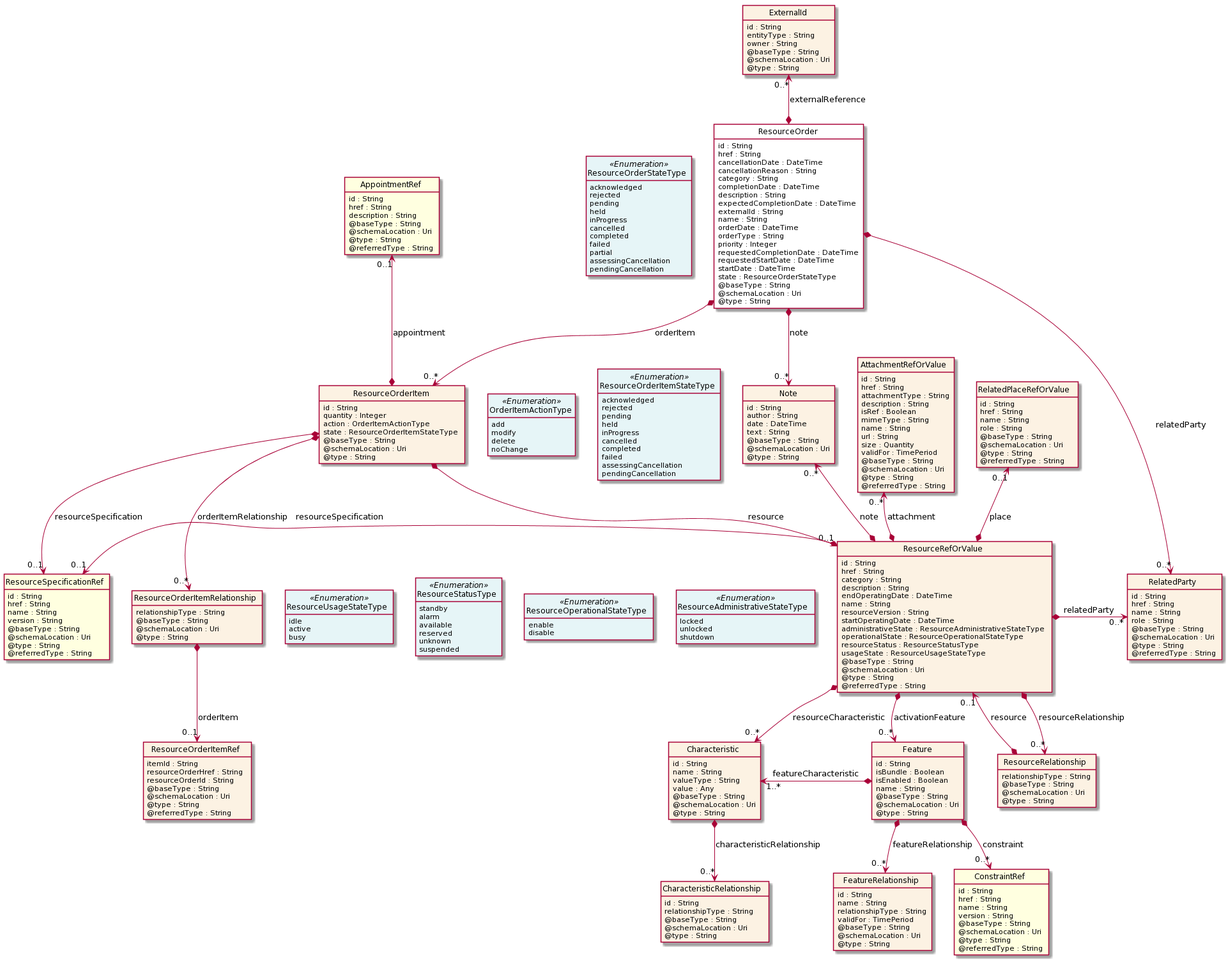
Above: apis/TMF652_Resource_Order/documentation/diagrams/Resource_ResourceOrder.png in tmforum-apis/Open_Api_And_Data_Model (PlantUML), before the change. Its diagram source:
```plantuml
@startuml
hide circle
hide methods
hide stereotype
show <<Enumeration>> stereotype
skinparam class {
   BackgroundColor<<Enumeration>> #E6F5F7
   BackgroundColor<<Ref>> #FFFFE0
   BackgroundColor<<Pivot>> #FFFFFFF
   BackgroundColor #FCF2E3
}

class ResourceOrder <<Pivot>> {
    id : String
    href : String
    cancellationDate : DateTime
    cancellationReason : String
    category : String
    completionDate : DateTime
    description : String
    expectedCompletionDate : DateTime
    externalId : String
    name : String
    orderDate : DateTime
    orderType : String
    priority : Integer
    requestedCompletionDate : DateTime
    requestedStartDate : DateTime
    startDate : DateTime
    state : ResourceOrderStateType
    @baseType : String
    @schemaLocation : Uri
    @type : String
}

class ResourceOrderStateType <<Enumeration>> {
    acknowledged
    rejected
    pending
    held
    inProgress
    cancelled
    completed
    failed
    partial
    assessingCancellation
    pendingCancellation
}


class ExternalId {
    id : String
    entityType : String
    owner : String
    @baseType : String
    @schemaLocation : Uri
    @type : String
}

class Note {
    id : String
    author : String
    date : DateTime
    text : String
    @baseType : String
    @schemaLocation : Uri
    @type : String
}

class ResourceOrderItem {
    id : String
    quantity : Integer
    action : OrderItemActionType
    state : ResourceOrderItemStateType
    @baseType : String
    @schemaLocation : Uri
    @type : String
}

class OrderItemActionType <<Enumeration>> {
    add
    modify
    delete
    noChange
}

class ResourceOrderItemStateType <<Enumeration>> {
    acknowledged
    rejected
    pending
    held
    inProgress
    cancelled
    completed
    failed
    assessingCancellation
    pendingCancellation
}


class AppointmentRef <<Ref>> {
    id : String
    href : String
    description : String
    @baseType : String
    @schemaLocation : Uri
    @type : String
    @referredType : String
}

class ResourceOrderItemRelationship {
    relationshipType : String
    @baseType : String
    @schemaLocation : Uri
    @type : String
}

class ResourceOrderItemRef {
    itemId : String
    resourceOrderHref : String
    resourceOrderId : String
    @baseType : String
    @schemaLocation : Uri
    @type : String
    @referredType : String
}

class ResourceRefOrValue {
    id : String
    href : String
    category : String
    description : String
    endOperatingDate : DateTime
    name : String
    resourceVersion : String
    startOperatingDate : DateTime
    administrativeState : ResourceAdministrativeStateType
    operationalState : ResourceOperationalStateType
    resourceStatus : ResourceStatusType
    usageState : ResourceUsageStateType
    @baseType : String
    @schemaLocation : Uri
    @type : String
    @referredType : String
}

class ResourceAdministrativeStateType <<Enumeration>> {
    locked
    unlocked
    shutdown
}

class ResourceOperationalStateType <<Enumeration>> {
    enable
    disable
}

class ResourceStatusType <<Enumeration>> {
    standby
    alarm
    available
    reserved
    unknown
    suspended
}

class ResourceUsageStateType <<Enumeration>> {
    idle
    active
    busy
}


class Feature {
    id : String
    isBundle : Boolean
    isEnabled : Boolean
    name : String
    @baseType : String
    @schemaLocation : Uri
    @type : String
}

class ConstraintRef <<Ref>> {
    id : String
    href : String
    name : String
    version : String
    @baseType : String
    @schemaLocation : Uri
    @type : String
    @referredType : String
}

class Characteristic {
    id : String
    name : String
    valueType : String
    value : Any
    @baseType : String
    @schemaLocation : Uri
    @type : String
}

class CharacteristicRelationship {
    id : String
    relationshipType : String
    @baseType : String
    @schemaLocation : Uri
    @type : String
}

class FeatureRelationship {
    id : String
    name : String
    relationshipType : String
    validFor : TimePeriod
    @baseType : String
    @schemaLocation : Uri
    @type : String
}

class AttachmentRefOrValue {
    id : String
    href : String
    attachmentType : String
    description : String
    isRef : Boolean
    mimeType : String
    name : String
    url : String
    size : Quantity
    validFor : TimePeriod
    @baseType : String
    @schemaLocation : Uri
    @type : String
    @referredType : String
}

class RelatedPlaceRefOrValue {
    id : String
    href : String
    name : String
    role : String
    @baseType : String
    @schemaLocation : Uri
    @type : String
    @referredType : String
}

class RelatedParty {
    id : String
    href : String
    name : String
    role : String
    @baseType : String
    @schemaLocation : Uri
    @type : String
    @referredType : String
}

class ResourceRelationship {
    relationshipType : String
    @baseType : String
    @schemaLocation : Uri
    @type : String
}

class ResourceSpecificationRef <<Ref>> {
    id : String
    href : String
    name : String
    version : String
    @baseType : String
    @schemaLocation : Uri
    @type : String
    @referredType : String
}


ResourceOrder *-right-> "0..*" ResourceOrderItem : orderItem
ResourceOrder -left[hidden]-> ResourceOrderStateType
ResourceOrder *-->  "0..*" Note : note
ResourceOrder *-->  "0..*" RelatedParty : relatedParty


ResourceOrderItem -right[hidden]-> OrderItemActionType
OrderItemActionType -right[hidden]-> ResourceOrderItemStateType
Note "0..*" <--* ResourceRefOrValue : note
ResourceOrderItem *-->  "0..1" ResourceRefOrValue : resource
ResourceRefOrValue *-right-> "0..*" RelatedParty : relatedParty
ResourceOrderItem *-->  "0..1" ResourceSpecificationRef : resourceSpecification
ResourceOrderItem -[hidden]-> ResourceSpecificationRef
ResourceSpecificationRef -right[hidden]- ResourceRefOrValue

ResourceRefOrValue -left[hidden]-> ResourceAdministrativeStateType
ResourceAdministrativeStateType -left[hidden]-> ResourceOperationalStateType
ResourceOperationalStateType -left[hidden]-> ResourceStatusType
ResourceStatusType -left[hidden]-> ResourceUsageStateType
ResourceRefOrValue *-->  "0..*" Feature : activationFeature
ResourceRefOrValue *-->  "0..*" Characteristic : resourceCharacteristic
ResourceRefOrValue *-->  "0..*" ResourceRelationship : resourceRelationship






ExternalId "0..*" <--* ResourceOrder : externalReference



ResourceSpecificationRef "0..1" <--* ResourceRefOrValue : resourceSpecification
ResourceRefOrValue "0..1" <--* ResourceRelationship : resource
AppointmentRef "0..1" <--* ResourceOrderItem : appointment
ResourceOrderItem *-->  "0..*" ResourceOrderItemRelationship : orderItemRelationship
ResourceOrderItem -[hidden]-> ResourceOrderItemRelationship
ResourceSpecificationRef -right[hidden]- ResourceOrderItemRelationship


ResourceOrderItemRelationship *-->  "0..1" ResourceOrderItemRef : orderItem


Characteristic "1..*" <-left-* Feature : featureCharacteristic
AttachmentRefOrValue "0..*" <--* ResourceRefOrValue : attachment
AttachmentRefOrValue <-[hidden]- ResourceRefOrValue
AttachmentRefOrValue -left[hidden]- ResourceOrderItemStateType
RelatedPlaceRefOrValue "0..1" <--* ResourceRefOrValue : place
RelatedPlaceRefOrValue -left[hidden]- AttachmentRefOrValue

Feature *-->  "0..*" ConstraintRef : constraint
Feature *-->  "0..*" FeatureRelationship : featureRelationship


Characteristic *-->  "0..*" CharacteristicRelationship : characteristicRelationship







@enduml
```
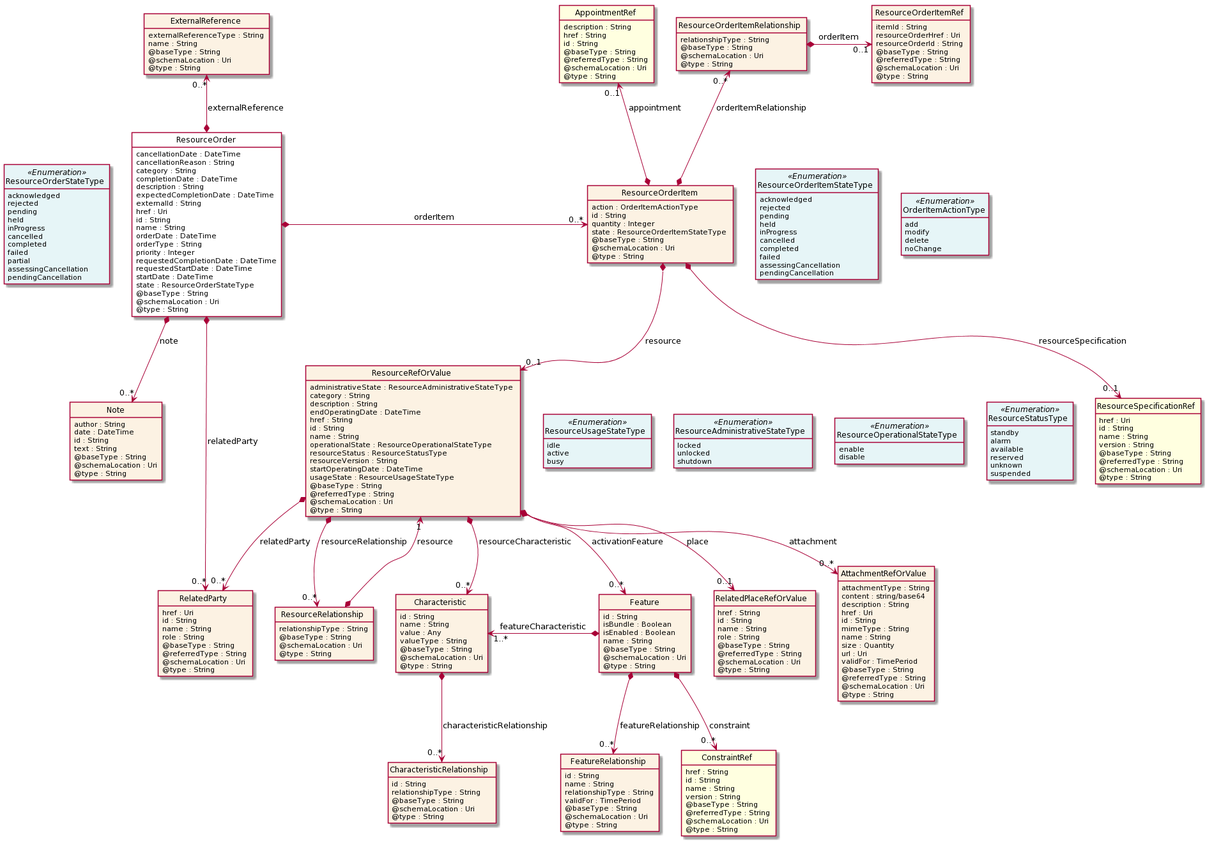
The same diagram one commit later.

What changed in the source:
```diff
@@ -10,9 +10,7 @@
    BackgroundColor #FCF2E3
 }
 
-class ResourceOrder <<Pivot>> {
-    id : String
-    href : String
+class ResourceOrder  <<Pivot>> {
     cancellationDate : DateTime
     cancellationReason : String
     category : String
@@ -20,6 +18,8 @@
     description : String
     expectedCompletionDate : DateTime
     externalId : String
+    href : Uri
+    id : String
     name : String
     orderDate : DateTime
     orderType : String
@@ -47,30 +47,20 @@
     pendingCancellation
 }
 
-
-class ExternalId {
-    id : String
-    entityType : String
-    owner : String
-    @baseType : String
-    @schemaLocation : Uri
-    @type : String
-}
-
-class Note {
-    id : String
+class Note  {
     author : String
     date : DateTime
+    id : String
     text : String
     @baseType : String
     @schemaLocation : Uri
     @type : String
 }
 
-class ResourceOrderItem {
+class ResourceOrderItem  {
+    action : OrderItemActionType
     id : String
     quantity : Integer
-    action : OrderItemActionType
     state : ResourceOrderItemStateType
     @baseType : String
     @schemaLocation : Uri
@@ -97,62 +87,23 @@
     pendingCancellation
 }
 
-
-class AppointmentRef <<Ref>> {
-    id : String
-    href : String
-    description : String
-    @baseType : String
-    @schemaLocation : Uri
-    @type : String
-    @referredType : String
-}
-
-class ResourceOrderItemRelationship {
-    relationshipType : String
-    @baseType : String
-    @schemaLocation : Uri
-    @type : String
-}
-
-class ResourceOrderItemRef {
-    itemId : String
-    resourceOrderHref : String
-    resourceOrderId : String
-    @baseType : String
-    @schemaLocation : Uri
-    @type : String
-    @referredType : String
-}
-
-class ResourceRefOrValue {
-    id : String
-    href : String
+class ResourceRefOrValue  {
+    administrativeState : ResourceAdministrativeStateType
     category : String
     description : String
     endOperatingDate : DateTime
+    href : String
+    id : String
     name : String
+    operationalState : ResourceOperationalStateType
+    resourceStatus : ResourceStatusType
     resourceVersion : String
     startOperatingDate : DateTime
-    administrativeState : ResourceAdministrativeStateType
-    operationalState : ResourceOperationalStateType
-    resourceStatus : ResourceStatusType
     usageState : ResourceUsageStateType
     @baseType : String
+    @referredType : String
     @schemaLocation : Uri
     @type : String
-    @referredType : String
-}
-
-class ResourceAdministrativeStateType <<Enumeration>> {
-    locked
-    unlocked
-    shutdown
-}
-
-class ResourceOperationalStateType <<Enumeration>> {
-    enable
-    disable
 }
 
 class ResourceStatusType <<Enumeration>> {
@@ -170,8 +121,18 @@
     busy
 }
 
+class ResourceAdministrativeStateType <<Enumeration>> {
+    locked
+    unlocked
+    shutdown
+}
 
-class Feature {
+class ResourceOperationalStateType <<Enumeration>> {
+    enable
+    disable
+}
+
+class Feature  {
     id : String
     isBundle : Boolean
     isEnabled : Boolean
@@ -181,28 +142,17 @@
     @type : String
 }
 
-class ConstraintRef <<Ref>> {
-    id : String
-    href : String
-    name : String
-    version : String
-    @baseType : String
-    @schemaLocation : Uri
-    @type : String
-    @referredType : String
-}
-
-class Characteristic {
+class Characteristic  {
     id : String
     name : String
+    value : Any
     valueType : String
-    value : Any
     @baseType : String
     @schemaLocation : Uri
     @type : String
 }
 
-class CharacteristicRelationship {
+class CharacteristicRelationship  {
     id : String
     relationshipType : String
     @baseType : String
@@ -210,7 +160,18 @@
     @type : String
 }
 
-class FeatureRelationship {
+class ConstraintRef  <<Ref>> {
+    href : String
+    id : String
+    name : String
+    version : String
+    @baseType : String
+    @referredType : String
+    @schemaLocation : Uri
+    @type : String
+}
+
+class FeatureRelationship  {
     id : String
     name : String
     relationshipType : String
@@ -220,124 +181,166 @@
     @type : String
 }
 
-class AttachmentRefOrValue {
+class ResourceSpecificationRef  <<Ref>> {
+    href : Uri
     id : String
-    href : String
-    attachmentType : String
-    description : String
-    isRef : Boolean
-    mimeType : String
     name : String
-    url : String
-    size : Quantity
-    validFor : TimePeriod
+    version : String
     @baseType : String
+    @referredType : String
     @schemaLocation : Uri
     @type : String
-    @referredType : String
 }
 
-class RelatedPlaceRefOrValue {
+class RelatedParty  {
+    href : Uri
     id : String
-    href : String
     name : String
     role : String
     @baseType : String
+    @referredType : String
     @schemaLocation : Uri
     @type : String
-    @referredType : String
 }
 
-class RelatedParty {
+class AttachmentRefOrValue  {
+    attachmentType : String
+    content : string/base64
+    description : String
+    href : Uri
     id : String
-    href : String
+    mimeType : String
     name : String
-    role : String
+    size : Quantity
+    url : Uri
+    validFor : TimePeriod
     @baseType : String
+    @referredType : String
     @schemaLocation : Uri
     @type : String
-    @referredType : String
 }
 
-class ResourceRelationship {
+class ResourceRelationship  {
     relationshipType : String
     @baseType : String
     @schemaLocation : Uri
     @type : String
 }
 
-class ResourceSpecificationRef <<Ref>> {
+class RelatedPlaceRefOrValue  {
+    href : String
     id : String
+    name : String
+    role : String
+    @baseType : String
+    @referredType : String
+    @schemaLocation : Uri
+    @type : String
+}
+
+class AppointmentRef  <<Ref>> {
+    description : String
     href : String
-    name : String
-    version : String
+    id : String
+    @baseType : String
+    @referredType : String
+    @schemaLocation : Uri
+    @type : String
+}
+
+class ResourceOrderItemRelationship  {
+    relationshipType : String
     @baseType : String
     @schemaLocation : Uri
     @type : String
-    @referredType : String
 }
 
+class ResourceOrderItemRef  {
+    itemId : String
+    resourceOrderHref : Uri
+    resourceOrderId : String
+    @baseType : String
+    @referredType : String
+    @schemaLocation : Uri
+    @type : String
+}
+
+class ExternalReference  {
+    externalReferenceType : String
+    name : String
+    @baseType : String
+    @schemaLocation : Uri
+    @type : String
+}
 
 ResourceOrder *-right-> "0..*" ResourceOrderItem : orderItem
-ResourceOrder -left[hidden]-> ResourceOrderStateType
+
+ResourceOrderStateType <-left[hidden]- ResourceOrder
+
 ResourceOrder *-->  "0..*" Note : note
+
 ResourceOrder *-->  "0..*" RelatedParty : relatedParty
 
+Note "0..*" <-left-* ResourceRefOrValue : note
 
-ResourceOrderItem -right[hidden]-> OrderItemActionType
-OrderItemActionType -right[hidden]-> ResourceOrderItemStateType
-Note "0..*" <--* ResourceRefOrValue : note
 ResourceOrderItem *-->  "0..1" ResourceRefOrValue : resource
-ResourceRefOrValue *-right-> "0..*" RelatedParty : relatedParty
+
+ResourceOrderItem -right[hidden]-> ResourceOrderItemStateType
+
+ResourceOrderItemStateType -right[hidden]-> OrderItemActionType
+
 ResourceOrderItem *-->  "0..1" ResourceSpecificationRef : resourceSpecification
-ResourceOrderItem -[hidden]-> ResourceSpecificationRef
-ResourceSpecificationRef -right[hidden]- ResourceRefOrValue
 
-ResourceRefOrValue -left[hidden]-> ResourceAdministrativeStateType
-ResourceAdministrativeStateType -left[hidden]-> ResourceOperationalStateType
-ResourceOperationalStateType -left[hidden]-> ResourceStatusType
-ResourceStatusType -left[hidden]-> ResourceUsageStateType
-ResourceRefOrValue *-->  "0..*" Feature : activationFeature
-ResourceRefOrValue *-->  "0..*" Characteristic : resourceCharacteristic
+ResourceRefOrValue <-left[hidden]- ResourceSpecificationRef
+
+ResourceRefOrValue *-->  "0..*" RelatedParty : relatedParty
+
+ResourceSpecificationRef "0..1" <-left-* ResourceRefOrValue : resourceSpecification
+
+ResourceRefOrValue -right[hidden]-> ResourceUsageStateType
+
+ResourceUsageStateType -right[hidden]-> ResourceAdministrativeStateType
+
+ResourceAdministrativeStateType -right[hidden]-> ResourceOperationalStateType
+
+ResourceOperationalStateType -right[hidden]-> ResourceStatusType
+
 ResourceRefOrValue *-->  "0..*" ResourceRelationship : resourceRelationship
 
+RelatedParty <-left[hidden]- ResourceRelationship
 
+ResourceRefOrValue *-->  "0..*" Characteristic : resourceCharacteristic
 
+ResourceRelationship <-left[hidden]- Characteristic
 
+ResourceRefOrValue *-->  "0..*" Feature : activationFeature
 
+Characteristic <-left[hidden]- Feature
 
-ExternalId "0..*" <--* ResourceOrder : externalReference
+Feature *-right-> "1..*" Characteristic : featureCharacteristic
 
+ResourceRefOrValue "1" <--* ResourceRelationship : resource
 
+ResourceRefOrValue *-->  "0..1" RelatedPlaceRefOrValue : place
 
-ResourceSpecificationRef "0..1" <--* ResourceRefOrValue : resourceSpecification
-ResourceRefOrValue "0..1" <--* ResourceRelationship : resource
+Characteristic <-left[hidden]- RelatedPlaceRefOrValue
+
+ResourceRefOrValue *-->  "0..*" AttachmentRefOrValue : attachment
+
+RelatedPlaceRefOrValue <-left[hidden]- AttachmentRefOrValue
+
+ExternalReference "0..*" <--* ResourceOrder : externalReference
+
+ResourceOrderItemRelationship "0..*" <--* ResourceOrderItem : orderItemRelationship
+
 AppointmentRef "0..1" <--* ResourceOrderItem : appointment
-ResourceOrderItem *-->  "0..*" ResourceOrderItemRelationship : orderItemRelationship
-ResourceOrderItem -[hidden]-> ResourceOrderItemRelationship
-ResourceSpecificationRef -right[hidden]- ResourceOrderItemRelationship
 
-
-ResourceOrderItemRelationship *-->  "0..1" ResourceOrderItemRef : orderItem
-
-
-Characteristic "1..*" <-left-* Feature : featureCharacteristic
-AttachmentRefOrValue "0..*" <--* ResourceRefOrValue : attachment
-AttachmentRefOrValue <-[hidden]- ResourceRefOrValue
-AttachmentRefOrValue -left[hidden]- ResourceOrderItemStateType
-RelatedPlaceRefOrValue "0..1" <--* ResourceRefOrValue : place
-RelatedPlaceRefOrValue -left[hidden]- AttachmentRefOrValue
+Feature *-->  "0..*" FeatureRelationship : featureRelationship
 
 Feature *-->  "0..*" ConstraintRef : constraint
-Feature *-->  "0..*" FeatureRelationship : featureRelationship
-
 
 Characteristic *-->  "0..*" CharacteristicRelationship : characteristicRelationship
 
-
-
-
-
-
+ResourceOrderItemRelationship *-right-> "0..1" ResourceOrderItemRef : orderItem
 
 @enduml
```
